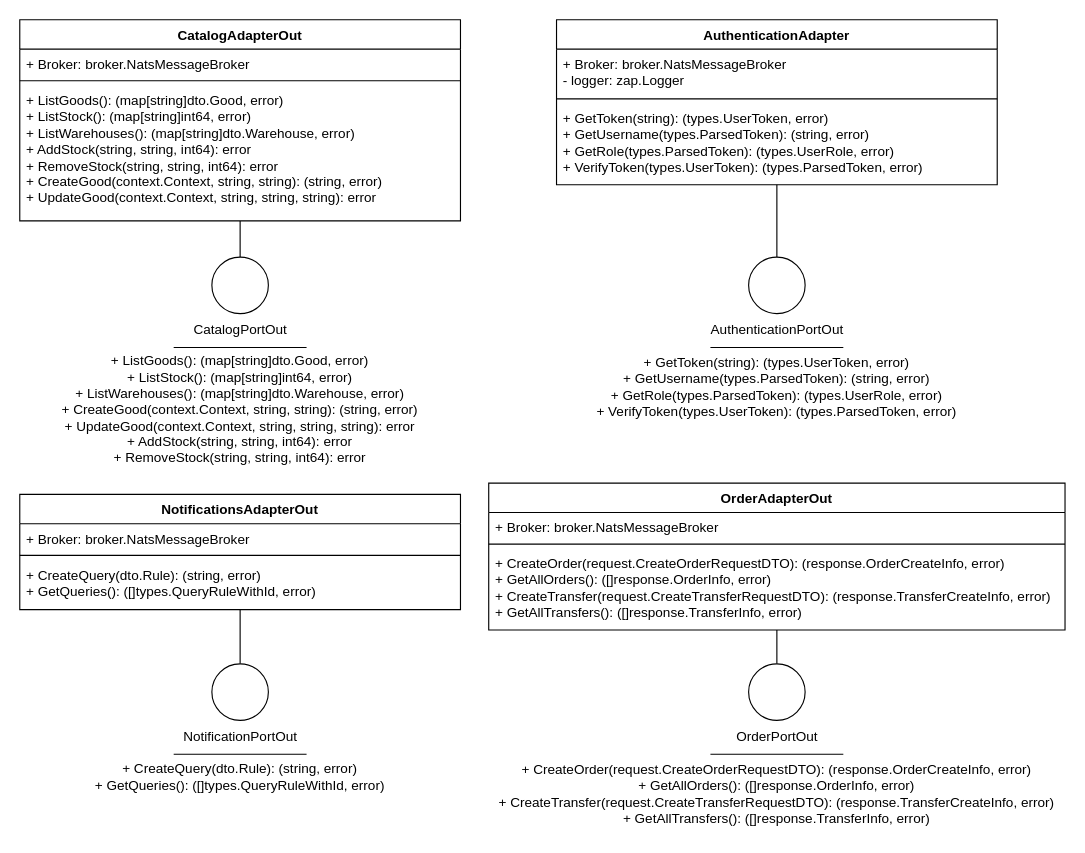
Earlier version of the draw.io diagram page "adapterout" (4 of 4) of assets/drawio/apigateway.drawio (alimitedgroup/alimitedgroup.github.io). Source tidied: cells renumbered, new cells numbered last; positions are measured from the earlier drawing's top-left corner, leaving out a move shared by most shapes. Both pictures are drawn from the tidied source at 113%, with x=0, y=0 at pixel (19, 19).
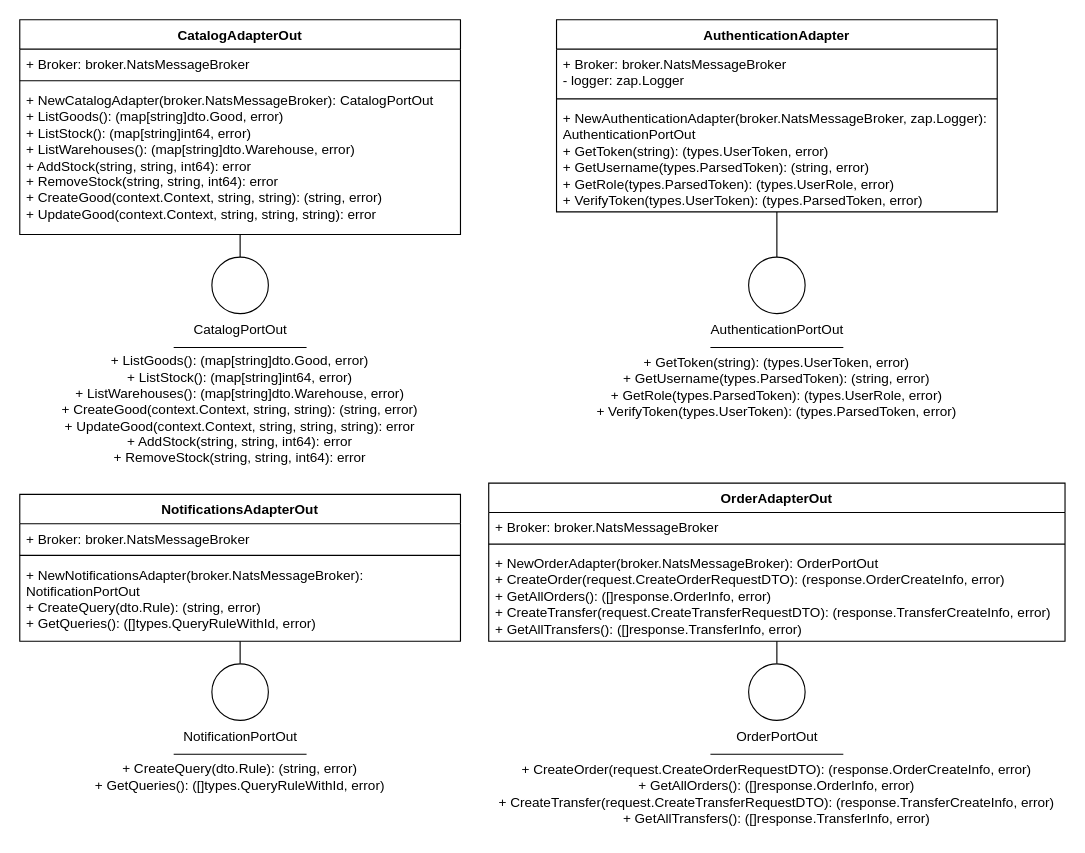
The same page after the edit.

What changed in the source:
```diff
@@
     <mxCell id="3" value="AuthenticationAdapter" style="swimlane;fontStyle=1;align=center;verticalAlign=top;horizontal=1;startSize=26;whiteSpace=wrap;html=1;" parent="1" vertex="1">
-      <mxGeometry x="475" width="390" height="146" as="geometry" />
+      <mxGeometry x="475" width="390" height="170" as="geometry" />
     </mxCell>
@@
-    <mxCell id="6" value="+ GetToken(string): (types.UserToken, error)&lt;br&gt;+ GetUsername(types.ParsedToken): (string, error)&lt;br&gt;+ GetRole(types.ParsedToken): (types.UserRole, error)&lt;br&gt;+ VerifyToken(types.UserToken): (types.ParsedToken, error)" style="text;strokeColor=none;fillColor=none;align=left;verticalAlign=top;spacingLeft=4;spacingRight=4;overflow=hidden;whiteSpace=wrap;html=1;" parent="3" vertex="1">
-      <mxGeometry y="74" width="390" height="72" as="geometry" />
+    <mxCell id="6" value="&lt;div&gt;+&amp;nbsp;NewAuthenticationAdapter(broker.NatsMessageBroker, zap.Logger): AuthenticationPortOut&lt;/div&gt;+ GetToken(string): (types.UserToken, error)&lt;br&gt;+ GetUsername(types.ParsedToken): (string, error)&lt;br&gt;+ GetRole(types.ParsedToken): (types.UserRole, error)&lt;br&gt;+ VerifyToken(types.UserToken): (types.ParsedToken, error)" style="text;strokeColor=none;fillColor=none;align=left;verticalAlign=top;spacingLeft=4;spacingRight=4;overflow=hidden;whiteSpace=wrap;html=1;" parent="3" vertex="1">
+      <mxGeometry y="74" width="390" height="96" as="geometry" />
     </mxCell>
@@
     <mxCell id="8" value="CatalogAdapterOut" style="swimlane;fontStyle=1;align=center;verticalAlign=top;horizontal=1;startSize=26;whiteSpace=wrap;html=1;" parent="1" vertex="1">
-      <mxGeometry width="390" height="178" as="geometry" />
+      <mxGeometry width="390" height="190" as="geometry" />
     </mxCell>
@@
-    <mxCell id="11" value="+ ListGoods(): (map[string]dto.Good, error)&lt;br&gt;+ ListStock(): (map[string]int64, error)&lt;br&gt;+ ListWarehouses(): (map[string]dto.Warehouse, error)&lt;br&gt;+ AddStock(string, string, int64): error&lt;br&gt;+ RemoveStock(string, string, int64): error&lt;br&gt;+ CreateGood(context.Context, string, string): (string, error)&lt;br&gt;+ UpdateGood(context.Context, string, string, string): error" style="text;strokeColor=none;fillColor=none;align=left;verticalAlign=top;spacingLeft=4;spacingRight=4;overflow=hidden;whiteSpace=wrap;html=1;" parent="8" vertex="1">
-      <mxGeometry y="58" width="390" height="120" as="geometry" />
+    <mxCell id="11" value="&lt;div&gt;+&amp;nbsp;NewCatalogAdapter(broker.NatsMessageBroker): CatalogPortOut&lt;/div&gt;+ ListGoods(): (map[string]dto.Good, error)&lt;br&gt;+ ListStock(): (map[string]int64, error)&lt;br&gt;+ ListWarehouses(): (map[string]dto.Warehouse, error)&lt;br&gt;+ AddStock(string, string, int64): error&lt;br&gt;+ RemoveStock(string, string, int64): error&lt;br&gt;+ CreateGood(context.Context, string, string): (string, error)&lt;br&gt;+ UpdateGood(context.Context, string, string, string): error" style="text;strokeColor=none;fillColor=none;align=left;verticalAlign=top;spacingLeft=4;spacingRight=4;overflow=hidden;whiteSpace=wrap;html=1;" parent="8" vertex="1">
+      <mxGeometry y="58" width="390" height="132" as="geometry" />
     </mxCell>
@@
     <mxCell id="13" value="NotificationsAdapterOut" style="swimlane;fontStyle=1;align=center;verticalAlign=top;horizontal=1;startSize=26;whiteSpace=wrap;html=1;" parent="1" vertex="1">
-      <mxGeometry y="420" width="390" height="102" as="geometry" />
+      <mxGeometry y="420" width="390" height="130" as="geometry" />
     </mxCell>
@@
-    <mxCell id="16" value="+ CreateQuery(dto.Rule): (string, error)&lt;br&gt;+ GetQueries(): ([]types.QueryRuleWithId, error)" style="text;strokeColor=none;fillColor=none;align=left;verticalAlign=top;spacingLeft=4;spacingRight=4;overflow=hidden;whiteSpace=wrap;html=1;" parent="13" vertex="1">
-      <mxGeometry y="58" width="390" height="44" as="geometry" />
+    <mxCell id="16" value="&lt;div&gt;+&amp;nbsp;NewNotificationsAdapter(broker.NatsMessageBroker): NotificationPortOut&lt;/div&gt;+ CreateQuery(dto.Rule): (string, error)&lt;br&gt;+ GetQueries(): ([]types.QueryRuleWithId, error)" style="text;strokeColor=none;fillColor=none;align=left;verticalAlign=top;spacingLeft=4;spacingRight=4;overflow=hidden;whiteSpace=wrap;html=1;" parent="13" vertex="1">
+      <mxGeometry y="58" width="390" height="72" as="geometry" />
     </mxCell>
@@
     <mxCell id="18" value="OrderAdapterOut" style="swimlane;fontStyle=1;align=center;verticalAlign=top;horizontal=1;startSize=26;whiteSpace=wrap;html=1;" parent="1" vertex="1">
-      <mxGeometry x="415" y="410" width="510" height="130" as="geometry" />
+      <mxGeometry x="415" y="410" width="510" height="140" as="geometry" />
     </mxCell>
@@
-    <mxCell id="21" value="+ CreateOrder(request.CreateOrderRequestDTO): (response.OrderCreateInfo, error)&lt;br&gt;+ GetAllOrders(): ([]response.OrderInfo, error)&lt;br&gt;+ CreateTransfer(request.CreateTransferRequestDTO): (response.TransferCreateInfo, error)&lt;br&gt;+ GetAllTransfers(): ([]response.TransferInfo, error)" style="text;strokeColor=none;fillColor=none;align=left;verticalAlign=top;spacingLeft=4;spacingRight=4;overflow=hidden;whiteSpace=wrap;html=1;" parent="18" vertex="1">
-      <mxGeometry y="58" width="510" height="72" as="geometry" />
+    <mxCell id="21" value="&lt;div&gt;+&amp;nbsp;NewOrderAdapter(broker.NatsMessageBroker): OrderPortOut&lt;/div&gt;+ CreateOrder(request.CreateOrderRequestDTO): (response.OrderCreateInfo, error)&lt;br&gt;+ GetAllOrders(): ([]response.OrderInfo, error)&lt;br&gt;+ CreateTransfer(request.CreateTransferRequestDTO): (response.TransferCreateInfo, error)&lt;br&gt;+ GetAllTransfers(): ([]response.TransferInfo, error)" style="text;strokeColor=none;fillColor=none;align=left;verticalAlign=top;spacingLeft=4;spacingRight=4;overflow=hidden;whiteSpace=wrap;html=1;" parent="18" vertex="1">
+      <mxGeometry y="58" width="510" height="82" as="geometry" />
     </mxCell>
```
